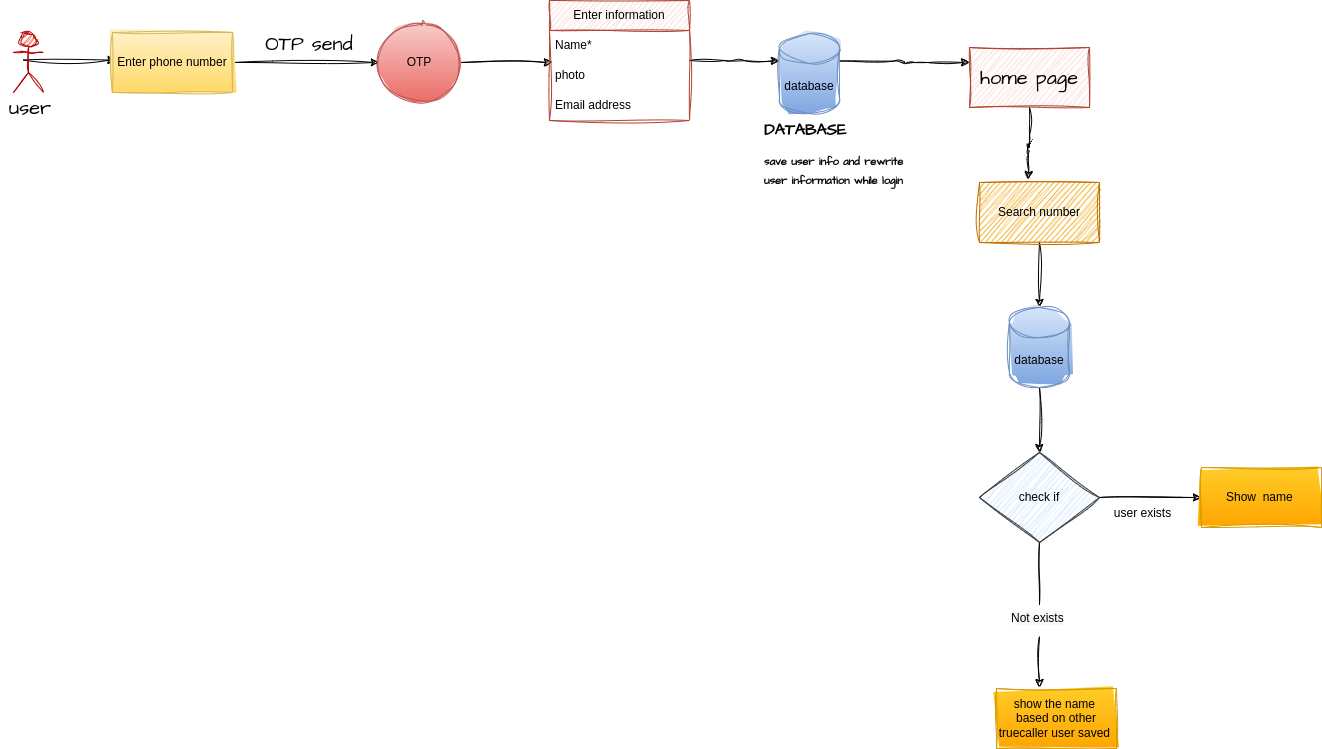
Earlier version of the draw.io export LLD/LLD-FLOW.drawio.png (Bhaveshkadam/Truecaller). Source tidied: cells renumbered, new cells last; positions are measured from the earlier drawing's top-left corner, leaving out a move shared by most shapes.
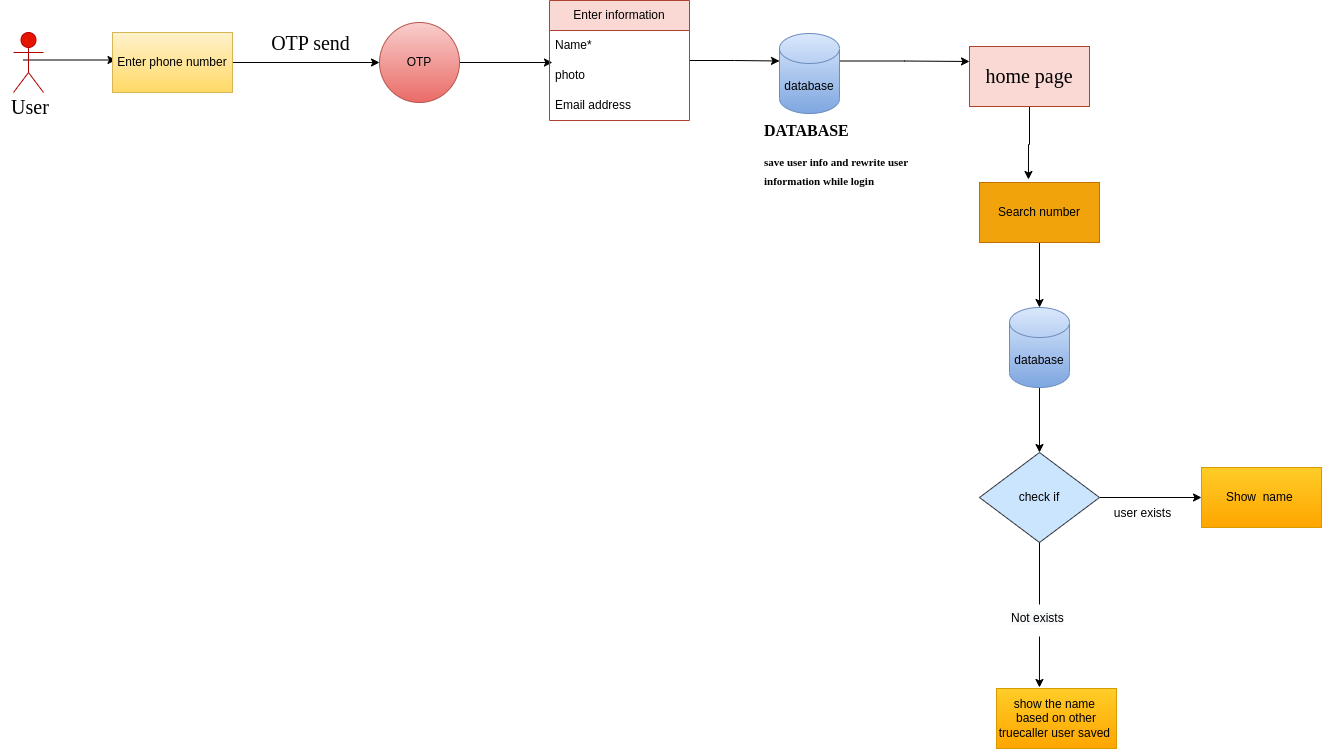
After the commit.

Commit message:
modified truecaller lld

Change to the diagram source:
```diff
@@ -2,99 +2,99 @@
   <root>
     <mxCell id="0" />
     <mxCell id="1" parent="0" />
-    <mxCell id="2" style="edgeStyle=orthogonalEdgeStyle;sketch=1;hachureGap=4;jiggle=2;curveFitting=1;orthogonalLoop=1;jettySize=auto;html=1;exitX=0.5;exitY=0.5;exitDx=0;exitDy=0;exitPerimeter=0;entryX=0;entryY=0.5;entryDx=0;entryDy=0;fontFamily=Architects Daughter;fontSource=https%3A%2F%2Ffonts.googleapis.com%2Fcss%3Ffamily%3DArchitects%2BDaughter;fontSize=16;fontColor=#030303;" parent="1" edge="1">
+    <mxCell id="2" style="edgeStyle=orthogonalEdgeStyle;hachureGap=4;orthogonalLoop=1;jettySize=auto;html=1;exitX=0.5;exitY=0.5;exitDx=0;exitDy=0;exitPerimeter=0;entryX=0;entryY=0.5;entryDx=0;entryDy=0;fontFamily=Architects Daughter;fontSource=https%3A%2F%2Ffonts.googleapis.com%2Fcss%3Ffamily%3DArchitects%2BDaughter;fontSize=16;fontColor=#030303;rounded=0;" parent="1" edge="1">
       <mxGeometry relative="1" as="geometry">
         <mxPoint x="22.5" y="59.5" as="sourcePoint" />
         <mxPoint x="115.5" y="59.5" as="targetPoint" />
       </mxGeometry>
     </mxCell>
-    <mxCell id="3" value="User" style="shape=umlActor;verticalLabelPosition=bottom;verticalAlign=top;html=1;sketch=1;curveFitting=1;jiggle=2;rounded=0;fillColor=#e51400;fontColor=#ffffff;strokeColor=#B20000;" parent="1" vertex="1">
+    <mxCell id="3" value="User" style="shape=umlActor;verticalLabelPosition=bottom;verticalAlign=top;html=1;rounded=0;fillColor=#e51400;fontColor=#ffffff;strokeColor=#B20000;" parent="1" vertex="1">
       <mxGeometry x="13" y="32" width="30" height="60" as="geometry" />
     </mxCell>
-    <mxCell id="4" style="edgeStyle=orthogonalEdgeStyle;sketch=1;hachureGap=4;jiggle=2;curveFitting=1;jettySize=auto;html=1;exitX=1;exitY=0.5;exitDx=0;exitDy=0;entryX=0;entryY=0.5;entryDx=0;entryDy=0;fontFamily=Architects Daughter;fontSource=https%3A%2F%2Ffonts.googleapis.com%2Fcss%3Ffamily%3DArchitects%2BDaughter;fontSize=16;fontColor=#030303;" parent="1" edge="1" source="5" target="7">
+    <mxCell id="4" style="edgeStyle=orthogonalEdgeStyle;hachureGap=4;jettySize=auto;html=1;exitX=1;exitY=0.5;exitDx=0;exitDy=0;entryX=0;entryY=0.5;entryDx=0;entryDy=0;fontFamily=Architects Daughter;fontSource=https%3A%2F%2Ffonts.googleapis.com%2Fcss%3Ffamily%3DArchitects%2BDaughter;fontSize=16;fontColor=#030303;rounded=0;" parent="1" edge="1" source="5" target="7">
       <mxGeometry relative="1" as="geometry" />
     </mxCell>
-    <mxCell id="5" value="Enter phone number" style="rounded=0;whiteSpace=wrap;html=1;sketch=1;curveFitting=1;jiggle=2;fillColor=#fff2cc;strokeColor=#d6b656;gradientColor=#ffd966;" parent="1" vertex="1">
+    <mxCell id="5" value="Enter phone number" style="rounded=0;whiteSpace=wrap;html=1;fillColor=#fff2cc;strokeColor=#d6b656;gradientColor=#ffd966;" parent="1" vertex="1">
       <mxGeometry x="112" y="32" width="120" height="60" as="geometry" />
     </mxCell>
-    <mxCell id="6" style="edgeStyle=orthogonalEdgeStyle;sketch=1;hachureGap=4;jiggle=2;curveFitting=1;jettySize=auto;html=1;exitX=1;exitY=0.5;exitDx=0;exitDy=0;entryX=0.021;entryY=0.067;entryDx=0;entryDy=0;entryPerimeter=0;fontFamily=Architects Daughter;fontSource=https%3A%2F%2Ffonts.googleapis.com%2Fcss%3Ffamily%3DArchitects%2BDaughter;fontSize=16;fontColor=#030303;" parent="1" edge="1" source="7" target="11">
+    <mxCell id="6" style="edgeStyle=orthogonalEdgeStyle;hachureGap=4;jettySize=auto;html=1;exitX=1;exitY=0.5;exitDx=0;exitDy=0;entryX=0.021;entryY=0.067;entryDx=0;entryDy=0;entryPerimeter=0;fontFamily=Architects Daughter;fontSource=https%3A%2F%2Ffonts.googleapis.com%2Fcss%3Ffamily%3DArchitects%2BDaughter;fontSize=16;fontColor=#030303;rounded=0;" parent="1" edge="1" source="7" target="11">
       <mxGeometry relative="1" as="geometry" />
     </mxCell>
-    <mxCell id="7" value="OTP" style="ellipse;whiteSpace=wrap;html=1;sketch=1;curveFitting=1;jiggle=2;rounded=0;fillColor=#f8cecc;gradientColor=#ea6b66;strokeColor=#b85450;" parent="1" vertex="1">
+    <mxCell id="7" value="OTP" style="ellipse;whiteSpace=wrap;html=1;rounded=0;fillColor=#f8cecc;gradientColor=#ea6b66;strokeColor=#b85450;" parent="1" vertex="1">
       <mxGeometry x="379" y="22" width="80" height="80" as="geometry" />
     </mxCell>
-    <mxCell id="8" style="edgeStyle=orthogonalEdgeStyle;sketch=1;hachureGap=4;jiggle=2;curveFitting=1;jettySize=auto;html=1;entryX=0;entryY=0;entryDx=0;entryDy=27.5;entryPerimeter=0;fontFamily=Architects Daughter;fontSource=https%3A%2F%2Ffonts.googleapis.com%2Fcss%3Ffamily%3DArchitects%2BDaughter;fontSize=16;fontColor=#030303;" parent="1" edge="1" source="9" target="14">
+    <mxCell id="8" style="edgeStyle=orthogonalEdgeStyle;hachureGap=4;jettySize=auto;html=1;entryX=0;entryY=0;entryDx=0;entryDy=27.5;entryPerimeter=0;fontFamily=Architects Daughter;fontSource=https%3A%2F%2Ffonts.googleapis.com%2Fcss%3Ffamily%3DArchitects%2BDaughter;fontSize=16;fontColor=#030303;rounded=0;" parent="1" edge="1" source="9" target="14">
       <mxGeometry relative="1" as="geometry" />
     </mxCell>
-    <mxCell id="9" value="Enter information" style="swimlane;fontStyle=0;horizontal=1;startSize=30;whiteSpace=wrap;html=1;sketch=1;curveFitting=1;jiggle=2;rounded=0;fillColor=#fad9d5;strokeColor=#ae4132;" parent="1" vertex="1">
+    <mxCell id="9" value="Enter information" style="swimlane;fontStyle=0;horizontal=1;startSize=30;whiteSpace=wrap;html=1;rounded=0;fillColor=#fad9d5;strokeColor=#ae4132;" parent="1" vertex="1">
       <mxGeometry x="549" width="140" height="120" as="geometry" />
     </mxCell>
-    <mxCell id="10" value="Name*" style="text;strokeColor=none;fillColor=none;align=left;verticalAlign=middle;spacingLeft=4;spacingRight=4;overflow=hidden;whiteSpace=wrap;html=1;sketch=1;curveFitting=1;jiggle=2;rounded=0;" parent="9" vertex="1">
+    <mxCell id="10" value="Name*" style="text;strokeColor=none;fillColor=none;align=left;verticalAlign=middle;spacingLeft=4;spacingRight=4;overflow=hidden;whiteSpace=wrap;html=1;rounded=0;" parent="9" vertex="1">
       <mxGeometry y="30" width="140" height="30" as="geometry" />
     </mxCell>
-    <mxCell id="11" value="photo" style="text;strokeColor=none;fillColor=none;align=left;verticalAlign=middle;spacingLeft=4;spacingRight=4;overflow=hidden;points=[[0,0.5],[1,0.5]];portConstraint=eastwest;whiteSpace=wrap;html=1;sketch=1;curveFitting=1;jiggle=2;rounded=0;" parent="9" vertex="1">
+    <mxCell id="11" value="photo" style="text;strokeColor=none;fillColor=none;align=left;verticalAlign=middle;spacingLeft=4;spacingRight=4;overflow=hidden;points=[[0,0.5],[1,0.5]];portConstraint=eastwest;whiteSpace=wrap;html=1;rounded=0;" parent="9" vertex="1">
       <mxGeometry y="60" width="140" height="30" as="geometry" />
     </mxCell>
-    <mxCell id="12" value="Email address" style="text;strokeColor=none;fillColor=none;align=left;verticalAlign=middle;spacingLeft=4;spacingRight=4;overflow=hidden;whiteSpace=wrap;html=1;sketch=1;curveFitting=1;jiggle=2;rounded=0;" parent="9" vertex="1">
+    <mxCell id="12" value="Email address" style="text;strokeColor=none;fillColor=none;align=left;verticalAlign=middle;spacingLeft=4;spacingRight=4;overflow=hidden;whiteSpace=wrap;html=1;rounded=0;" parent="9" vertex="1">
       <mxGeometry y="90" width="140" height="30" as="geometry" />
     </mxCell>
-    <mxCell id="13" style="edgeStyle=orthogonalEdgeStyle;sketch=1;hachureGap=4;jiggle=2;curveFitting=1;jettySize=auto;html=1;exitX=1;exitY=0;exitDx=0;exitDy=27.5;exitPerimeter=0;entryX=0;entryY=0.25;entryDx=0;entryDy=0;fontFamily=Architects Daughter;fontSource=https%3A%2F%2Ffonts.googleapis.com%2Fcss%3Ffamily%3DArchitects%2BDaughter;fontSize=16;fontColor=#030303;" parent="1" edge="1" source="14" target="27">
+    <mxCell id="13" style="edgeStyle=orthogonalEdgeStyle;hachureGap=4;jettySize=auto;html=1;exitX=1;exitY=0;exitDx=0;exitDy=27.5;exitPerimeter=0;entryX=0;entryY=0.25;entryDx=0;entryDy=0;fontFamily=Architects Daughter;fontSource=https%3A%2F%2Ffonts.googleapis.com%2Fcss%3Ffamily%3DArchitects%2BDaughter;fontSize=16;fontColor=#030303;rounded=0;" parent="1" edge="1" source="14" target="27">
       <mxGeometry relative="1" as="geometry" />
     </mxCell>
-    <mxCell id="14" value="database" style="shape=cylinder3;whiteSpace=wrap;html=1;boundedLbl=1;backgroundOutline=1;size=15;sketch=1;curveFitting=1;jiggle=2;rounded=0;fillColor=#dae8fc;gradientColor=#7ea6e0;strokeColor=#6c8ebf;" parent="1" vertex="1">
+    <mxCell id="14" value="database" style="shape=cylinder3;whiteSpace=wrap;html=1;boundedLbl=1;backgroundOutline=1;size=15;rounded=0;fillColor=#dae8fc;gradientColor=#7ea6e0;strokeColor=#6c8ebf;" parent="1" vertex="1">
       <mxGeometry x="779" y="33" width="60" height="80" as="geometry" />
     </mxCell>
-    <mxCell id="15" style="edgeStyle=orthogonalEdgeStyle;sketch=1;hachureGap=4;jiggle=2;curveFitting=1;jettySize=auto;html=1;exitX=0.5;exitY=1;exitDx=0;exitDy=0;entryX=0.5;entryY=0;entryDx=0;entryDy=0;entryPerimeter=0;fontFamily=Architects Daughter;fontSource=https%3A%2F%2Ffonts.googleapis.com%2Fcss%3Ffamily%3DArchitects%2BDaughter;fontSize=16;fontColor=#030303;" parent="1" edge="1" source="16" target="29">
+    <mxCell id="15" style="edgeStyle=orthogonalEdgeStyle;hachureGap=4;jettySize=auto;html=1;exitX=0.5;exitY=1;exitDx=0;exitDy=0;entryX=0.5;entryY=0;entryDx=0;entryDy=0;entryPerimeter=0;fontFamily=Architects Daughter;fontSource=https%3A%2F%2Ffonts.googleapis.com%2Fcss%3Ffamily%3DArchitects%2BDaughter;fontSize=16;fontColor=#030303;rounded=0;" parent="1" edge="1" source="16" target="29">
       <mxGeometry relative="1" as="geometry" />
     </mxCell>
-    <mxCell id="16" value="Search number" style="rounded=0;whiteSpace=wrap;html=1;sketch=1;curveFitting=1;jiggle=2;fillColor=#f0a30a;fontColor=#000000;strokeColor=#BD7000;" parent="1" vertex="1">
+    <mxCell id="16" value="Search number" style="rounded=0;whiteSpace=wrap;html=1;fillColor=#f0a30a;fontColor=#000000;strokeColor=#BD7000;" parent="1" vertex="1">
       <mxGeometry x="979" y="182" width="120" height="60" as="geometry" />
     </mxCell>
-    <mxCell id="17" style="edgeStyle=orthogonalEdgeStyle;rounded=0;jettySize=auto;html=1;exitX=1;exitY=0.5;exitDx=0;exitDy=0;entryX=0;entryY=0.5;entryDx=0;entryDy=0;sketch=1;curveFitting=1;jiggle=2;" parent="1" edge="1" source="19" target="20">
+    <mxCell id="17" style="edgeStyle=orthogonalEdgeStyle;rounded=0;jettySize=auto;html=1;exitX=1;exitY=0.5;exitDx=0;exitDy=0;entryX=0;entryY=0.5;entryDx=0;entryDy=0;" parent="1" edge="1" source="19" target="20">
       <mxGeometry relative="1" as="geometry" />
     </mxCell>
-    <mxCell id="18" style="edgeStyle=orthogonalEdgeStyle;rounded=0;jettySize=auto;html=1;exitX=0.5;exitY=1;exitDx=0;exitDy=0;startArrow=none;entryX=0.358;entryY=-0.017;entryDx=0;entryDy=0;entryPerimeter=0;sketch=1;curveFitting=1;jiggle=2;" parent="1" edge="1" target="22">
+    <mxCell id="18" style="edgeStyle=orthogonalEdgeStyle;rounded=0;jettySize=auto;html=1;exitX=0.5;exitY=1;exitDx=0;exitDy=0;startArrow=none;entryX=0.358;entryY=-0.017;entryDx=0;entryDy=0;entryPerimeter=0;" parent="1" edge="1" target="22">
       <mxGeometry relative="1" as="geometry">
         <mxPoint x="1039" y="636" as="sourcePoint" />
       </mxGeometry>
     </mxCell>
-    <mxCell id="19" value="check if" style="rhombus;whiteSpace=wrap;html=1;fillColor=#cce5ff;strokeColor=#36393d;sketch=1;curveFitting=1;jiggle=2;rounded=0;" parent="1" vertex="1">
+    <mxCell id="19" value="check if" style="rhombus;whiteSpace=wrap;html=1;fillColor=#cce5ff;strokeColor=#36393d;rounded=0;" parent="1" vertex="1">
       <mxGeometry x="979" y="452" width="120" height="90" as="geometry" />
     </mxCell>
-    <mxCell id="20" value="Show&amp;nbsp; name&amp;nbsp;" style="rounded=0;whiteSpace=wrap;html=1;fillColor=#ffcd28;gradientColor=#ffa500;strokeColor=#d79b00;sketch=1;curveFitting=1;jiggle=2;" parent="1" vertex="1">
+    <mxCell id="20" value="Show&amp;nbsp; name&amp;nbsp;" style="rounded=0;whiteSpace=wrap;html=1;fillColor=#ffcd28;gradientColor=#ffa500;strokeColor=#d79b00;" parent="1" vertex="1">
       <mxGeometry x="1201" y="467" width="120" height="60" as="geometry" />
     </mxCell>
-    <mxCell id="21" value="user exists" style="text;html=1;align=center;verticalAlign=middle;strokeColor=none;fillColor=none;sketch=1;curveFitting=1;jiggle=2;rounded=0;" parent="1" vertex="1">
+    <mxCell id="21" value="user exists" style="text;html=1;align=center;verticalAlign=middle;strokeColor=none;fillColor=none;rounded=0;" parent="1" vertex="1">
       <mxGeometry x="1102" y="498" width="80" height="30" as="geometry" />
     </mxCell>
-    <mxCell id="22" value="show the name&amp;nbsp; based on other truecaller user saved&amp;nbsp;" style="rounded=0;whiteSpace=wrap;html=1;fillColor=#ffcd28;gradientColor=#ffa500;strokeColor=#d79b00;sketch=1;curveFitting=1;jiggle=2;" parent="1" vertex="1">
+    <mxCell id="22" value="show the name&amp;nbsp; based on other truecaller user saved&amp;nbsp;" style="rounded=0;whiteSpace=wrap;html=1;fillColor=#ffcd28;gradientColor=#ffa500;strokeColor=#d79b00;" parent="1" vertex="1">
       <mxGeometry x="996" y="688" width="120" height="60" as="geometry" />
     </mxCell>
-    <mxCell id="23" value="&lt;span style=&quot;color: rgb(0, 0, 0); font-family: Helvetica; font-size: 12px; font-style: normal; font-variant-ligatures: normal; font-variant-caps: normal; font-weight: 400; letter-spacing: normal; orphans: 2; text-align: center; text-indent: 0px; text-transform: none; widows: 2; word-spacing: 0px; -webkit-text-stroke-width: 0px; background-color: rgb(248, 249, 250); text-decoration-thickness: initial; text-decoration-style: initial; text-decoration-color: initial; float: none; display: inline !important;&quot;&gt;Not exists&lt;/span&gt;" style="text;whiteSpace=wrap;html=1;sketch=1;curveFitting=1;jiggle=2;rounded=0;" parent="1" vertex="1">
+    <mxCell id="23" value="&lt;span style=&quot;color: rgb(0, 0, 0); font-family: Helvetica; font-size: 12px; font-style: normal; font-variant-ligatures: normal; font-variant-caps: normal; font-weight: 400; letter-spacing: normal; orphans: 2; text-align: center; text-indent: 0px; text-transform: none; widows: 2; word-spacing: 0px; -webkit-text-stroke-width: 0px; background-color: rgb(248, 249, 250); text-decoration-thickness: initial; text-decoration-style: initial; text-decoration-color: initial; float: none; display: inline !important;&quot;&gt;Not exists&lt;/span&gt;" style="text;whiteSpace=wrap;html=1;rounded=0;" parent="1" vertex="1">
       <mxGeometry x="1009" y="604" width="60" height="30" as="geometry" />
     </mxCell>
-    <mxCell id="24" style="edgeStyle=orthogonalEdgeStyle;rounded=0;jettySize=auto;html=1;exitX=0.5;exitY=1;exitDx=0;exitDy=0;endArrow=none;sketch=1;curveFitting=1;jiggle=2;" parent="1" edge="1" source="19" target="23">
+    <mxCell id="24" style="edgeStyle=orthogonalEdgeStyle;rounded=0;jettySize=auto;html=1;exitX=0.5;exitY=1;exitDx=0;exitDy=0;endArrow=none;" parent="1" edge="1" source="19" target="23">
       <mxGeometry relative="1" as="geometry" />
     </mxCell>
-    <mxCell id="25" value="user" style="text;html=1;strokeColor=none;fillColor=none;align=center;verticalAlign=middle;whiteSpace=wrap;rounded=0;sketch=1;hachureGap=4;jiggle=2;curveFitting=1;fontFamily=Architects Daughter;fontSource=https%3A%2F%2Ffonts.googleapis.com%2Fcss%3Ffamily%3DArchitects%2BDaughter;fontSize=20;" parent="1" vertex="1">
+    <mxCell id="25" value="&lt;font face=&quot;Times New Roman&quot;&gt;User&lt;/font&gt;" style="text;html=1;strokeColor=none;fillColor=none;align=center;verticalAlign=middle;whiteSpace=wrap;rounded=0;hachureGap=4;fontFamily=Architects Daughter;fontSource=https%3A%2F%2Ffonts.googleapis.com%2Fcss%3Ffamily%3DArchitects%2BDaughter;fontSize=20;" parent="1" vertex="1">
       <mxGeometry y="92" width="60" height="30" as="geometry" />
     </mxCell>
-    <mxCell id="26" style="edgeStyle=orthogonalEdgeStyle;sketch=1;hachureGap=4;jiggle=2;curveFitting=1;jettySize=auto;html=1;exitX=0.5;exitY=1;exitDx=0;exitDy=0;entryX=0.408;entryY=-0.05;entryDx=0;entryDy=0;entryPerimeter=0;fontFamily=Architects Daughter;fontSource=https%3A%2F%2Ffonts.googleapis.com%2Fcss%3Ffamily%3DArchitects%2BDaughter;fontSize=16;fontColor=#030303;" parent="1" edge="1" source="27" target="16">
+    <mxCell id="26" style="edgeStyle=orthogonalEdgeStyle;hachureGap=4;jettySize=auto;html=1;exitX=0.5;exitY=1;exitDx=0;exitDy=0;entryX=0.408;entryY=-0.05;entryDx=0;entryDy=0;entryPerimeter=0;fontFamily=Architects Daughter;fontSource=https%3A%2F%2Ffonts.googleapis.com%2Fcss%3Ffamily%3DArchitects%2BDaughter;fontSize=16;fontColor=#030303;rounded=0;" parent="1" edge="1" source="27" target="16">
       <mxGeometry relative="1" as="geometry" />
     </mxCell>
-    <mxCell id="27" value="home page" style="rounded=0;whiteSpace=wrap;html=1;sketch=1;hachureGap=4;jiggle=2;curveFitting=1;fontFamily=Architects Daughter;fontSource=https%3A%2F%2Ffonts.googleapis.com%2Fcss%3Ffamily%3DArchitects%2BDaughter;fontSize=20;fillColor=#fad9d5;strokeColor=#ae4132;" parent="1" vertex="1">
-      <mxGeometry x="969" y="47" width="120" height="60" as="geometry" />
+    <mxCell id="27" value="&lt;font face=&quot;Times New Roman&quot;&gt;home page&lt;/font&gt;" style="rounded=0;whiteSpace=wrap;html=1;hachureGap=4;fontFamily=Architects Daughter;fontSource=https%3A%2F%2Ffonts.googleapis.com%2Fcss%3Ffamily%3DArchitects%2BDaughter;fontSize=20;fillColor=#fad9d5;strokeColor=#ae4132;" parent="1" vertex="1">
+      <mxGeometry x="969" y="46" width="120" height="60" as="geometry" />
     </mxCell>
-    <mxCell id="28" style="edgeStyle=orthogonalEdgeStyle;sketch=1;hachureGap=4;jiggle=2;curveFitting=1;jettySize=auto;html=1;exitX=0.5;exitY=1;exitDx=0;exitDy=0;exitPerimeter=0;fontFamily=Architects Daughter;fontSource=https%3A%2F%2Ffonts.googleapis.com%2Fcss%3Ffamily%3DArchitects%2BDaughter;fontSize=16;fontColor=#030303;" parent="1" edge="1" source="29" target="19">
+    <mxCell id="28" style="edgeStyle=orthogonalEdgeStyle;hachureGap=4;jettySize=auto;html=1;exitX=0.5;exitY=1;exitDx=0;exitDy=0;exitPerimeter=0;fontFamily=Architects Daughter;fontSource=https%3A%2F%2Ffonts.googleapis.com%2Fcss%3Ffamily%3DArchitects%2BDaughter;fontSize=16;fontColor=#030303;rounded=0;" parent="1" edge="1" source="29" target="19">
       <mxGeometry relative="1" as="geometry" />
     </mxCell>
-    <mxCell id="29" value="database" style="shape=cylinder3;whiteSpace=wrap;html=1;boundedLbl=1;backgroundOutline=1;size=15;sketch=1;curveFitting=1;jiggle=2;rounded=0;fillColor=#dae8fc;gradientColor=#7ea6e0;strokeColor=#6c8ebf;" parent="1" vertex="1">
+    <mxCell id="29" value="database" style="shape=cylinder3;whiteSpace=wrap;html=1;boundedLbl=1;backgroundOutline=1;size=15;rounded=0;fillColor=#dae8fc;gradientColor=#7ea6e0;strokeColor=#6c8ebf;" parent="1" vertex="1">
       <mxGeometry x="1009" y="307" width="60" height="80" as="geometry" />
     </mxCell>
-    <mxCell id="30" value="OTP send&amp;nbsp;" style="text;html=1;strokeColor=none;fillColor=none;align=center;verticalAlign=middle;whiteSpace=wrap;rounded=0;sketch=1;hachureGap=4;jiggle=2;curveFitting=1;fontFamily=Architects Daughter;fontSource=https%3A%2F%2Ffonts.googleapis.com%2Fcss%3Ffamily%3DArchitects%2BDaughter;fontSize=20;fontColor=#030303;" parent="1" vertex="1">
+    <mxCell id="30" value="&lt;font face=&quot;Times New Roman&quot;&gt;OTP send&amp;nbsp;&lt;/font&gt;" style="text;html=1;strokeColor=none;fillColor=none;align=center;verticalAlign=middle;whiteSpace=wrap;rounded=0;hachureGap=4;fontFamily=Architects Daughter;fontSource=https%3A%2F%2Ffonts.googleapis.com%2Fcss%3Ffamily%3DArchitects%2BDaughter;fontSize=20;fontColor=#030303;glass=0;" parent="1" vertex="1">
       <mxGeometry x="263" y="13" width="100" height="60" as="geometry" />
     </mxCell>
-    <mxCell id="31" value="&lt;h1&gt;&lt;span style=&quot;background-color: initial;&quot;&gt;DATABASE&lt;/span&gt;&lt;/h1&gt;&lt;h1&gt;&lt;span style=&quot;background-color: initial;&quot;&gt;&lt;font style=&quot;font-size: 11px;&quot;&gt;save user info and rewrite user information while login&amp;nbsp;&lt;/font&gt;&lt;/span&gt;&lt;br&gt;&lt;/h1&gt;" style="text;html=1;strokeColor=none;fillColor=none;spacing=5;spacingTop=-20;whiteSpace=wrap;overflow=hidden;rounded=0;sketch=1;hachureGap=4;jiggle=2;curveFitting=1;fontFamily=Architects Daughter;fontSource=https%3A%2F%2Ffonts.googleapis.com%2Fcss%3Ffamily%3DArchitects%2BDaughter;fontSize=8;fontColor=#030303;" parent="1" vertex="1">
+    <mxCell id="31" value="&lt;h1&gt;&lt;span style=&quot;background-color: initial;&quot;&gt;&lt;font face=&quot;Times New Roman&quot;&gt;DATABASE&lt;/font&gt;&lt;/span&gt;&lt;/h1&gt;&lt;h1&gt;&lt;span style=&quot;background-color: initial;&quot;&gt;&lt;font face=&quot;Times New Roman&quot; style=&quot;font-size: 11px;&quot;&gt;save user info and rewrite user information while login&amp;nbsp;&lt;/font&gt;&lt;/span&gt;&lt;br&gt;&lt;/h1&gt;" style="text;html=1;strokeColor=none;fillColor=none;spacing=5;spacingTop=-20;whiteSpace=wrap;overflow=hidden;rounded=0;hachureGap=4;fontFamily=Architects Daughter;fontSource=https%3A%2F%2Ffonts.googleapis.com%2Fcss%3Ffamily%3DArchitects%2BDaughter;fontSize=8;fontColor=#030303;" parent="1" vertex="1">
       <mxGeometry x="759" y="120" width="160" height="70" as="geometry" />
     </mxCell>
   </root>
```
